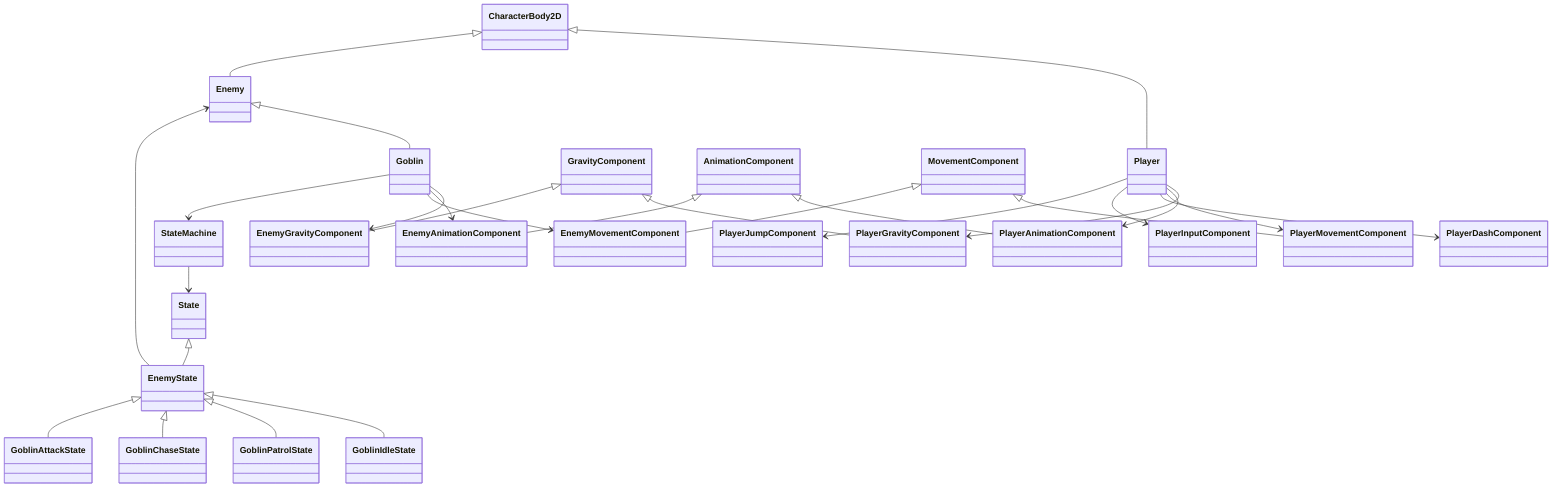
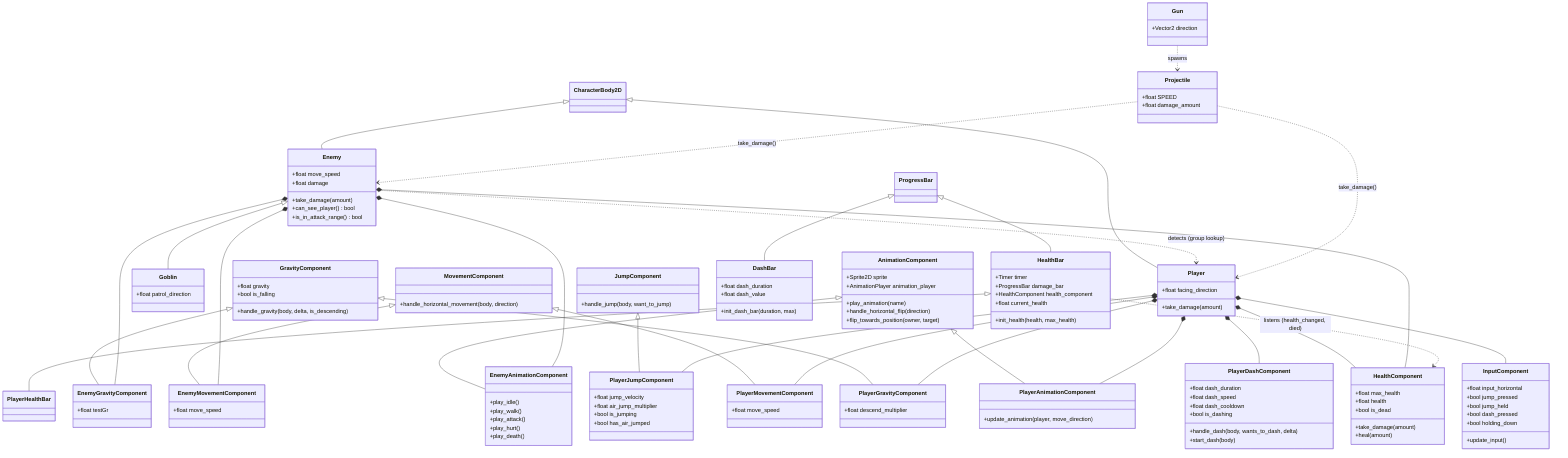
classDiagram
+     class CharacterBody2D

+     class Player {
+         +float facing_direction
+         +take_damage(amount)
+     }
+     class Enemy {
+         +float move_speed
+         +float damage
+         +take_damage(amount)
+         +can_see_player() bool
+         +is_in_attack_range() bool
+     }
+     class Goblin {
+         +float patrol_direction
+     }
    CharacterBody2D <|-- Player
    CharacterBody2D <|-- Enemy
    Enemy <|-- Goblin
+     Enemy ..> Player : detects (group lookup)

+     class HealthComponent {
+         +float max_health
+         +float health
+         +bool is_dead
+         +take_damage(amount)
+         +heal(amount)
+     }
+ 
+     class GravityComponent {
+         +float gravity
+         +bool is_falling
+         +handle_gravity(body, delta, is_descending)
+     }
+     class PlayerGravityComponent {
+         +float descend_multiplier
+     }
+     class EnemyGravityComponent {
+         +float testGr
+     }
    GravityComponent <|-- PlayerGravityComponent
    GravityComponent <|-- EnemyGravityComponent

+     class MovementComponent {
+         +handle_horizontal_movement(body, direction)
+     }
+     class PlayerMovementComponent {
+         +float move_speed
+     }
+     class EnemyMovementComponent {
+         +float move_speed
+     }
+     MovementComponent <|-- PlayerMovementComponent
+     MovementComponent <|-- EnemyMovementComponent
+ 
+     class JumpComponent {
+         +handle_jump(body, want_to_jump)
+     }
+     class PlayerJumpComponent {
+         +float jump_velocity
+         +float air_jump_multiplier
+         +bool is_jumping
+         +bool has_air_jumped
+     }
+     JumpComponent <|-- PlayerJumpComponent
+ 
+     class AnimationComponent {
+         +Sprite2D sprite
+         +AnimationPlayer animation_player
+         +play_animation(name)
+         +handle_horizontal_flip(direction)
+         +flip_towards_position(owner, target)
+     }
+     class PlayerAnimationComponent {
+         +update_animation(player, move_direction)
+     }
+     class EnemyAnimationComponent {
+         +play_idle()
+         +play_walk()
+         +play_attack()
+         +play_hurt()
+         +play_death()
+     }
    AnimationComponent <|-- PlayerAnimationComponent
    AnimationComponent <|-- EnemyAnimationComponent

-     MovementComponent <|-- PlayerMovementComponent
-     MovementComponent <|-- EnemyMovementComponent
+     class InputComponent {
+         +float input_horizontal
+         +bool jump_pressed
+         +bool jump_held
+         +bool dash_pressed
+         +bool holding_down
+         +update_input()
+     }

-     State <|-- EnemyState
+     class PlayerDashComponent {
+         +float dash_duration
+         +float dash_speed
+         +float dash_cooldown
+         +bool is_dashing
+         +handle_dash(body, wants_to_dash, delta)
+         +start_dash(body)
+     }

-     EnemyState <|-- GoblinIdleState
-     EnemyState <|-- GoblinPatrolState
-     EnemyState <|-- GoblinChaseState
-     EnemyState <|-- GoblinAttackState
+     Player *-- HealthComponent
+     Player *-- PlayerGravityComponent
+     Player *-- InputComponent
+     Player *-- PlayerMovementComponent
+     Player *-- PlayerAnimationComponent
+     Player *-- PlayerJumpComponent
+     Player *-- PlayerDashComponent

-     Player --> PlayerGravityComponent
-     Player --> PlayerAnimationComponent
-     Player --> PlayerMovementComponent
-     Player --> PlayerDashComponent
-     Player --> PlayerInputComponent
-     Player --> PlayerJumpComponent
+     Enemy *-- HealthComponent
+     Enemy *-- EnemyGravityComponent
+     Enemy *-- EnemyMovementComponent
+     Enemy *-- EnemyAnimationComponent

-     Goblin --> EnemyGravityComponent
-     Goblin --> EnemyAnimationComponent
-     Goblin --> EnemyMovementComponent
-     Goblin --> StateMachine
+     class ProgressBar
+     class HealthBar {
+         +Timer timer
+         +ProgressBar damage_bar
+         +HealthComponent health_component
+         +float current_health
+         +init_health(health, max_health)
+     }
+     class PlayerHealthBar
+     class DashBar {
+         +float dash_duration
+         +float dash_value
+         +init_dash_bar(duration, max)
+     }
+     ProgressBar <|-- HealthBar
+     ProgressBar <|-- DashBar
+     HealthBar <|-- PlayerHealthBar
+     HealthBar ..> HealthComponent : listens (health_changed, died)

-     StateMachine --> State
-     EnemyState --> Enemy+     class Gun {
+         +Vector2 direction
+     }
+     class Projectile {
+         +float SPEED
+         +float damage_amount
+     }
+     Gun ..> Projectile : spawns
+     Projectile ..> Player : take_damage()
+     Projectile ..> Enemy : take_damage()
